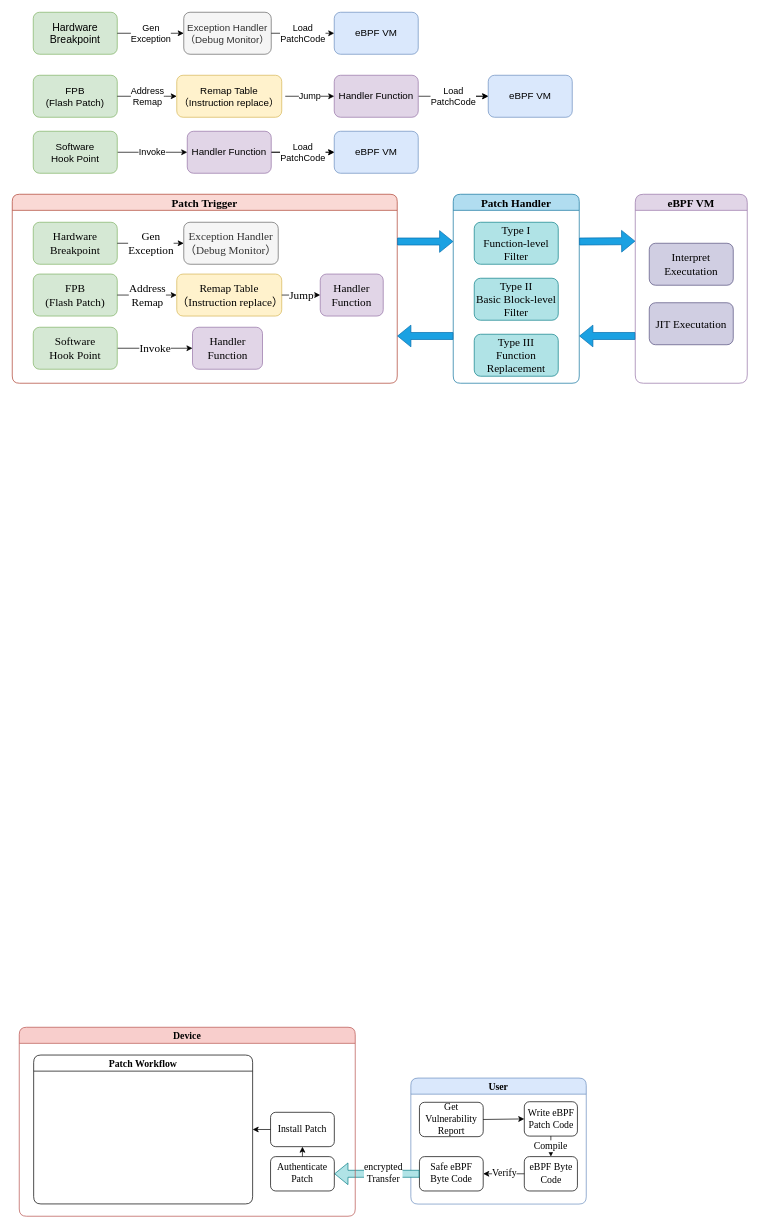
Before: Patch-insert.drawio in CBackyx/ImageHosting, a draw.io diagram. Source tidied: cells renumbered, new cells numbered last; positions are measured from the earlier drawing's top-left corner, leaving out a move shared by most shapes. Both pictures are drawn from the tidied source at 70%, with x=0, y=0 at pixel (12, 12).
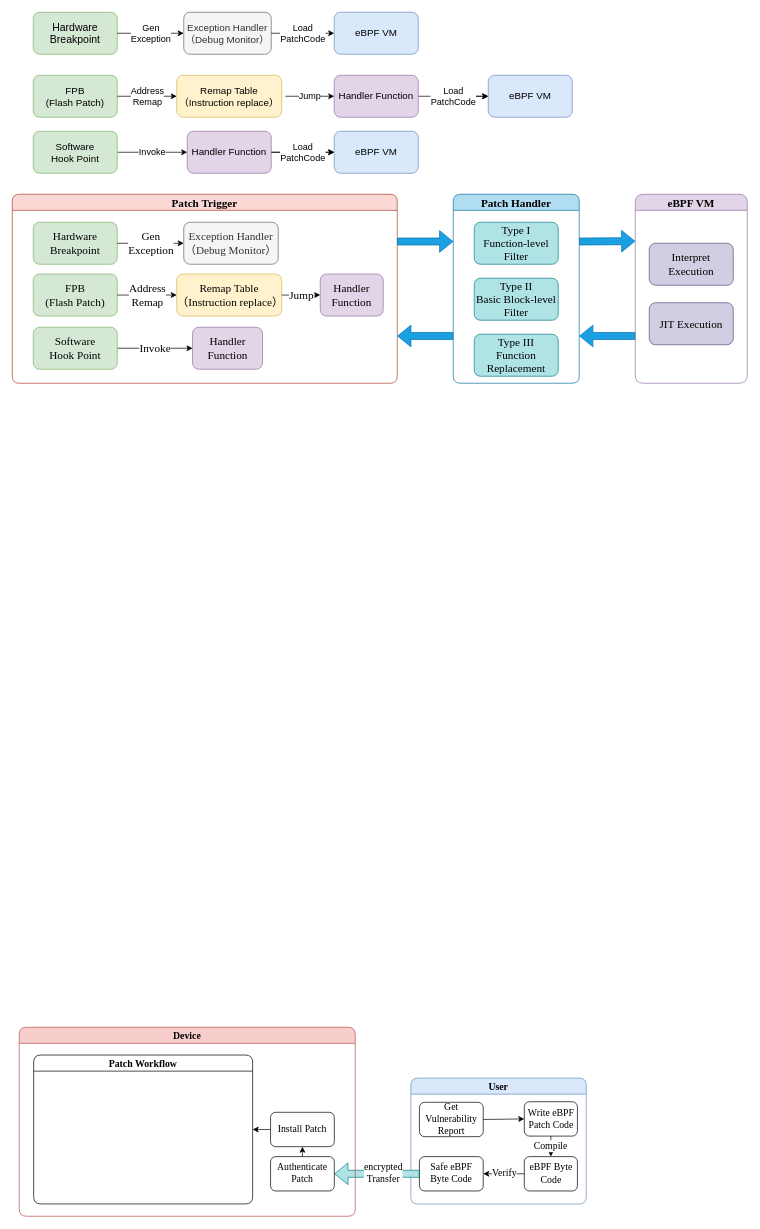
The same diagram, later.

Unchanged cells that the change refers to:
```xml
<mxCell id="53" value="eBPF VM" style="swimlane;rounded=1;shadow=0;glass=0;labelBackgroundColor=none;sketch=0;fillColor=#e1d5e7;fontFamily=Times New Roman;fontSize=16;arcSize=17;strokeColor=#9673a6;" parent="1" vertex="1">
  <mxGeometry x="890" y="260" width="160" height="270" as="geometry" />
</mxCell>
```

What changed in the source:
```diff
@@
-    <mxCell id="54" value="Interpret Executation" style="rounded=1;whiteSpace=wrap;html=1;shadow=0;glass=0;labelBackgroundColor=none;sketch=0;fillColor=#d0cee2;fontFamily=Times New Roman;fontSize=16;strokeColor=#56517e;" parent="53" vertex="1">
+    <mxCell id="54" value="Interpret Execution" style="rounded=1;whiteSpace=wrap;html=1;shadow=0;glass=0;labelBackgroundColor=none;sketch=0;fillColor=#d0cee2;fontFamily=Times New Roman;fontSize=16;strokeColor=#56517e;" parent="53" vertex="1">
       <mxGeometry x="20" y="70" width="120" height="60" as="geometry" />
     </mxCell>
-    <mxCell id="55" value="JIT Executation" style="rounded=1;whiteSpace=wrap;html=1;shadow=0;glass=0;labelBackgroundColor=none;sketch=0;fillColor=#d0cee2;fontFamily=Times New Roman;fontSize=16;strokeColor=#56517e;" parent="53" vertex="1">
+    <mxCell id="55" value="JIT Execution" style="rounded=1;whiteSpace=wrap;html=1;shadow=0;glass=0;labelBackgroundColor=none;sketch=0;fillColor=#d0cee2;fontFamily=Times New Roman;fontSize=16;strokeColor=#56517e;" parent="53" vertex="1">
       <mxGeometry x="20" y="155" width="120" height="60" as="geometry" />
     </mxCell>
```
